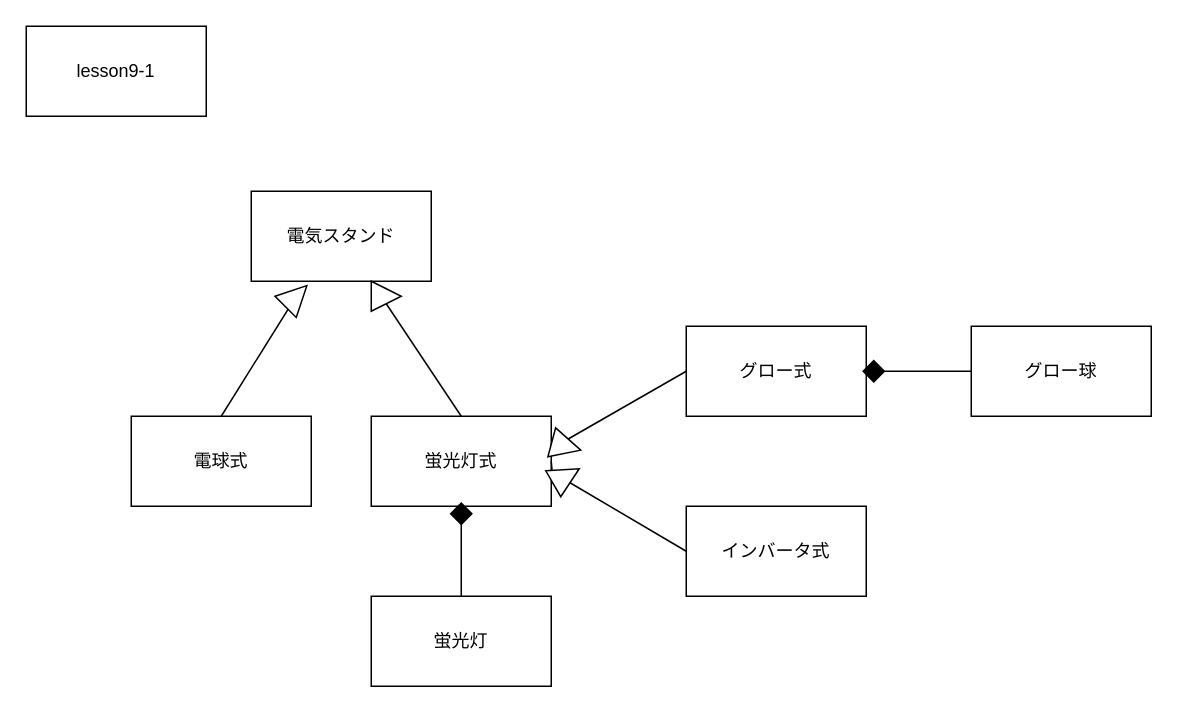
Above: lesson9/9-1.drawio in hirutashougo/UML_introduction (draw.io), before the change. Source tidied: cells renumbered, new cells numbered last; positions are measured from the earlier drawing's top-left corner, leaving out a move shared by most shapes. Both pictures are drawn from the tidied source at 150%, with x=0, y=0 at pixel (26, 26).
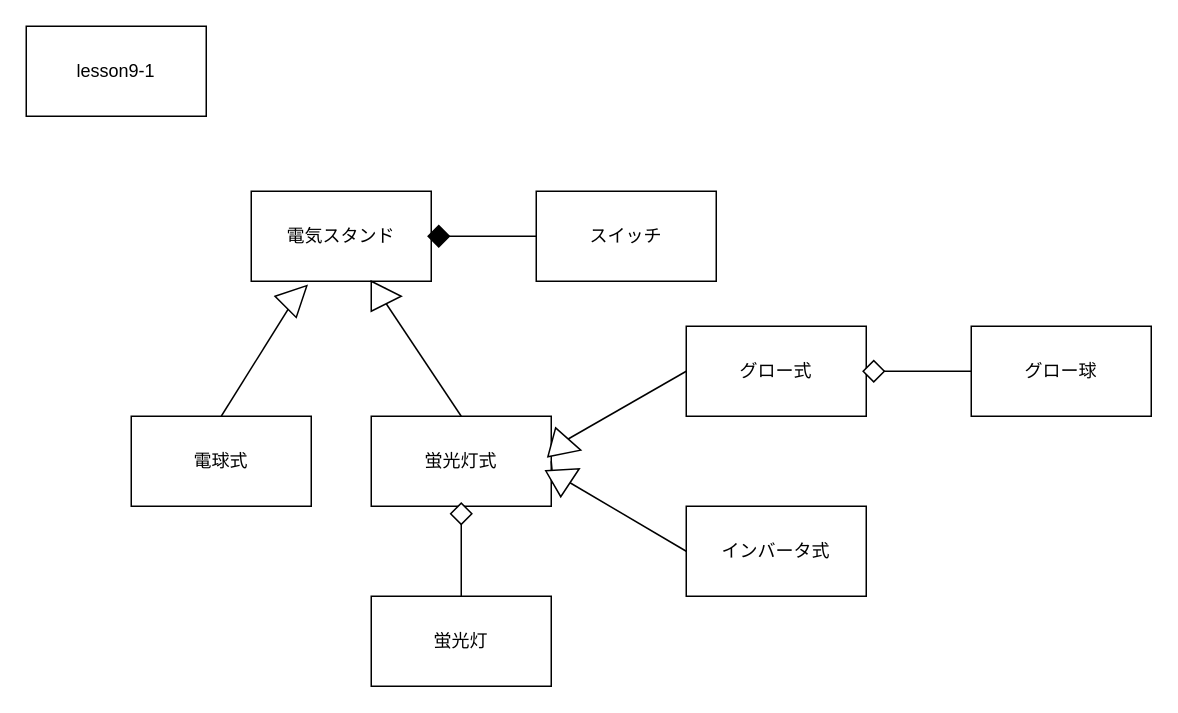
After the change.

Change to the diagram source:
```diff
@@
-    <mxCell id="16" style="whiteSpace=wrap;html=1;rotation=45;fillColor=#000000;" parent="1" vertex="1">
+    <mxCell id="16" style="whiteSpace=wrap;html=1;rotation=45;fillColor=#FFFFFF;" parent="1" vertex="1">
       <mxGeometry x="560" y="225" width="10" height="10" as="geometry" />
     </mxCell>
@@
-    <mxCell id="23" style="whiteSpace=wrap;html=1;rotation=45;fillColor=#000000;" parent="1" vertex="1">
+    <mxCell id="23" style="whiteSpace=wrap;html=1;rotation=45;fillColor=#FFFFFF;" parent="1" vertex="1">
       <mxGeometry x="285" y="320" width="10" height="10" as="geometry" />
     </mxCell>
+    <mxCell id="24" value="スイッチ" style="rounded=0;whiteSpace=wrap;html=1;" parent="1" vertex="1">
+      <mxGeometry x="340" y="110" width="120" height="60" as="geometry" />
+    </mxCell>
+    <mxCell id="25" style="endArrow=none;html=1;rounded=0;exitX=1;exitY=0.5;exitDx=0;exitDy=0;entryX=0;entryY=0.5;entryDx=0;entryDy=0;" parent="1" edge="1" target="24">
+      <mxGeometry relative="1" as="geometry">
+        <mxPoint x="270" y="140" as="sourcePoint" />
+      </mxGeometry>
+    </mxCell>
+    <mxCell id="26" style="whiteSpace=wrap;html=1;rotation=45;fillColor=#000000;strokeColor=#000000;" parent="1" vertex="1">
+      <mxGeometry x="270" y="135" width="10" height="10" as="geometry" />
+    </mxCell>
```
